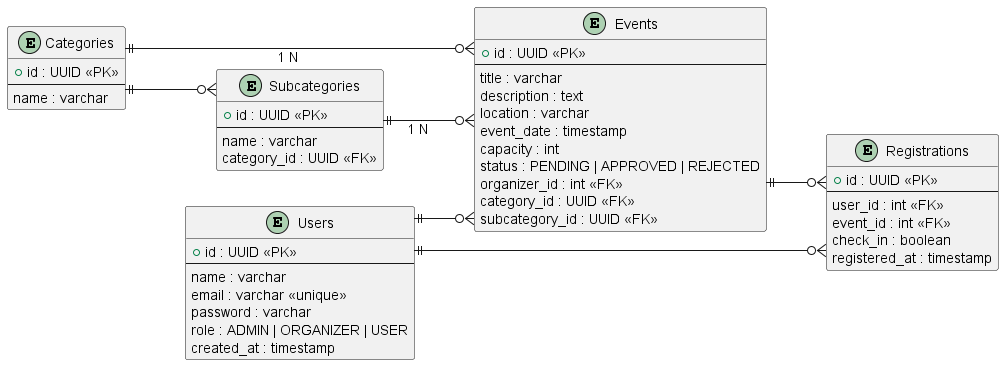
The PlantUML diagram docs/database/erd.png in igorSeberino/event-manager-django-react, before a commit. Source of this version:
```plantuml
@startuml
left to right direction
skinparam linetype ortho
skinparam entity {
  BackgroundColor #F4F6F7
  BorderColor #2C3E50
  FontSize 12
}

entity "Users" as users {
  + id : UUID <<PK>>
  --
  name : varchar
  email : varchar <<unique>>
  password : varchar
  role : ADMIN | ORGANIZER | USER
  created_at : timestamp
}

entity "Events" as events {
  + id : UUID <<PK>>
  --
  title : varchar
  description : text
  location : varchar
  event_date : timestamp
  capacity : int
  status : PENDING | APPROVED | REJECTED
  organizer_id : int <<FK>>
  category_id : UUID <<FK>>
  subcategory_id : UUID <<FK>>
}

entity "Registrations" as registrations {
  + id : UUID <<PK>>
  --
  user_id : int <<FK>>
  event_id : int <<FK>>
  check_in : boolean
  registered_at : timestamp
}

users ||--o{ events
users ||--o{ registrations
events ||--o{ registrations

entity "Categories" as categories {
  + id : UUID <<PK>>
  --
  name : varchar
}

entity "Subcategories" as subcategories {
  + id : UUID <<PK>>
  --
  name : varchar
  category_id : UUID <<FK>>
}


categories ||--o{ subcategories
categories ||--o{ events : "1 N"
subcategories ||--o{ events : "1 N"

@enduml
```
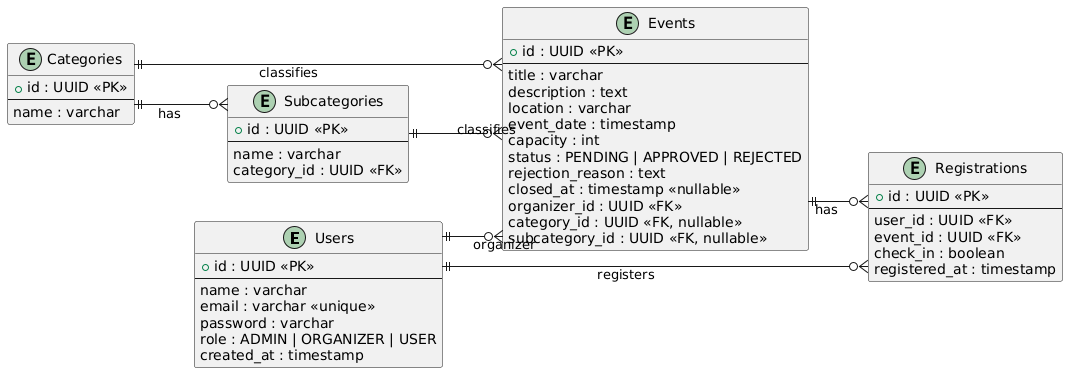
Later version of the same file.

The edit, as a diff of the source:
```diff
@@ -26,23 +26,12 @@
   event_date : timestamp
   capacity : int
   status : PENDING | APPROVED | REJECTED
-  organizer_id : int <<FK>>
-  category_id : UUID <<FK>>
-  subcategory_id : UUID <<FK>>
+  rejection_reason : text
+  closed_at : timestamp <<nullable>>
+  organizer_id : UUID <<FK>>
+  category_id : UUID <<FK, nullable>>
+  subcategory_id : UUID <<FK, nullable>>
 }
-
-entity "Registrations" as registrations {
-  + id : UUID <<PK>>
-  --
-  user_id : int <<FK>>
-  event_id : int <<FK>>
-  check_in : boolean
-  registered_at : timestamp
-}
-
-users ||--o{ events
-users ||--o{ registrations
-events ||--o{ registrations
 
 entity "Categories" as categories {
   + id : UUID <<PK>>
@@ -57,9 +46,19 @@
   category_id : UUID <<FK>>
 }
 
+entity "Registrations" as registrations {
+  + id : UUID <<PK>>
+  --
+  user_id : UUID <<FK>>
+  event_id : UUID <<FK>>
+  check_in : boolean
+  registered_at : timestamp
+}
 
-categories ||--o{ subcategories
-categories ||--o{ events : "1 N"
-subcategories ||--o{ events : "1 N"
-
+users ||--o{ events : "organizer"
+users ||--o{ registrations : "registers"
+events ||--o{ registrations : "has"
+categories ||--o{ subcategories : "has"
+categories ||--o{ events : "classifies"
+subcategories ||--o{ events : "classifies"
 @enduml
```
